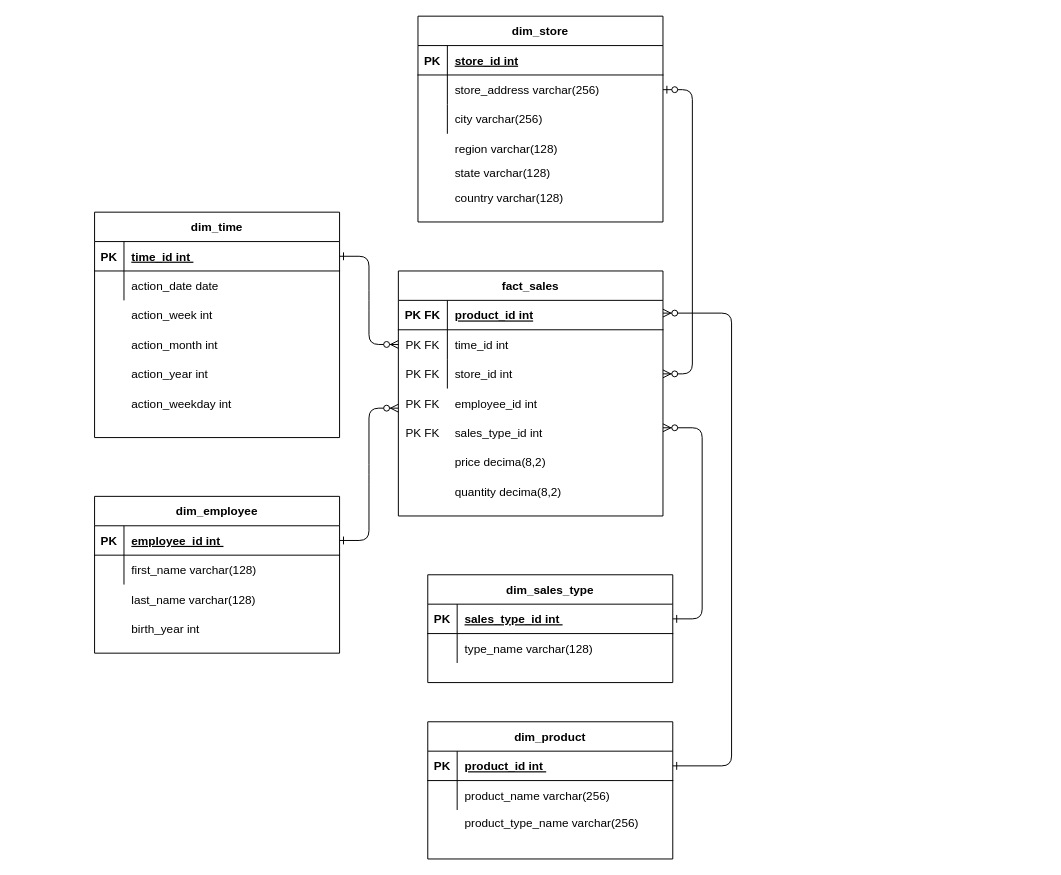
igumanof22/DatawareHouse keeps this draw.io diagram as Untitled Diagram.drawio. Above is the earlier version. Source tidied: cells renumbered, new cells numbered last; positions are measured from the earlier drawing's top-left corner, leaving out a move shared by most shapes. Both pictures are drawn from the tidied source at 98%, with x=0, y=0 at pixel (94, 16).
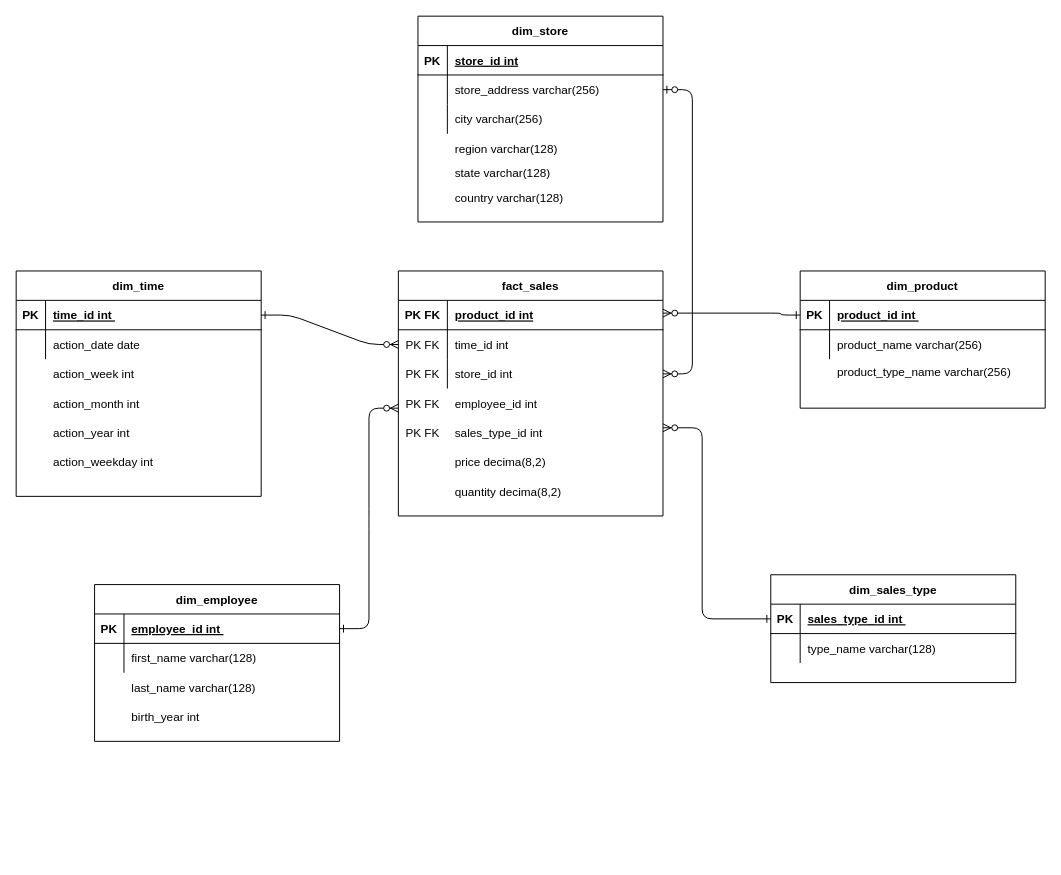
The same diagram, later.

The change refers to these unchanged cells:
```xml
<mxCell id="63" style="shape=partialRectangle;fillColor=none;points=[[0,0.5],[1,0.5]];portConstraint=eastwest;top=0;left=0;right=0;bottom=1;" parent="62" vertex="1">
  <mxGeometry y="30" width="250" height="30" as="geometry" />
</mxCell>
<mxCell id="86" style="group;" parent="72" vertex="1">
  <mxGeometry x="20" y="160" width="290" height="310" as="geometry" />
</mxCell>
<mxCell id="89" style="shape=partialRectangle;fillColor=none;points=[[0,0.5],[1,0.5]];portConstraint=eastwest;top=0;left=0;right=0;bottom=1;" parent="88" vertex="1">
  <mxGeometry y="30" width="250" height="30" as="geometry" />
</mxCell>
```

What changed in the source:
```diff
@@
     <mxCell id="8" style="group;" parent="1" vertex="1">
-      <mxGeometry y="200" width="250" height="230" as="geometry" />
+      <mxGeometry x="-80" y="260" width="250" height="230" as="geometry" />
     </mxCell>
@@
     <mxCell id="26" style="group;" parent="1" vertex="1">
-      <mxGeometry y="490" width="250" height="160" as="geometry" />
+      <mxGeometry y="580" width="250" height="160" as="geometry" />
     </mxCell>
@@
     <mxCell id="61" style="group;" parent="1" vertex="1">
-      <mxGeometry x="340" y="720" width="250" height="140" as="geometry" />
+      <mxGeometry x="720" y="260" width="250" height="140" as="geometry" />
     </mxCell>
@@
-    <mxCell id="87" style="group;" parent="86" vertex="1">
-      <mxGeometry y="150" width="250" height="160" as="geometry" />
-    </mxCell>
+    <mxCell id="95" style="edgeStyle=orthogonalEdgeStyle;fontSize=12;html=1;endArrow=ERzeroToMany;startArrow=ERone;exitX=0;exitY=0.5;exitDx=0;exitDy=0;rounded=1;startFill=0;" parent="86" edge="1" source="89">
+      <mxGeometry relative="1" as="geometry">
+        <mxPoint x="250" as="targetPoint" />
+        <Array as="points">
+          <mxPoint x="290" y="195" />
+          <mxPoint x="290" />
+        </Array>
+      </mxGeometry>
+    </mxCell>
+    <mxCell id="96" style="edgeStyle=orthogonalEdgeStyle;fontSize=12;html=1;endArrow=ERzeroToMany;startArrow=ERone;exitX=0;exitY=0.5;exitDx=0;exitDy=0;rounded=1;startFill=0;" parent="1" edge="1" source="63">
+      <mxGeometry relative="1" as="geometry">
+        <mxPoint x="580" y="303" as="targetPoint" />
+        <Array as="points">
+          <mxPoint x="700" y="305" />
+          <mxPoint x="700" y="303" />
+        </Array>
+      </mxGeometry>
+    </mxCell>
-    <mxCell id="88" value="dim_sales_type" style="shape=table;startSize=30;childLayout=tableLayout;rowLines=0;fontStyle=1;align=center;" parent="87" vertex="1">
-      <mxGeometry x="10" width="250" height="110" as="geometry" />
+    <mxCell id="88" value="dim_sales_type" style="shape=table;startSize=30;childLayout=tableLayout;rowLines=0;fontStyle=1;align=center;" parent="1" vertex="1">
+      <mxGeometry x="690" y="570" width="250" height="110" as="geometry" />
     </mxCell>
@@
-    <mxCell id="95" style="edgeStyle=orthogonalEdgeStyle;fontSize=12;html=1;endArrow=ERzeroToMany;startArrow=ERone;exitX=1;exitY=0.5;exitDx=0;exitDy=0;rounded=1;startFill=0;" parent="86" edge="1" source="89">
-      <mxGeometry relative="1" as="geometry">
-        <mxPoint x="250" as="targetPoint" />
-        <Array as="points">
-          <mxPoint x="290" y="195" />
-          <mxPoint x="290" />
-        </Array>
-      </mxGeometry>
-    </mxCell>
-    <mxCell id="96" style="edgeStyle=orthogonalEdgeStyle;fontSize=12;html=1;endArrow=ERzeroToMany;startArrow=ERone;exitX=1;exitY=0.5;exitDx=0;exitDy=0;rounded=1;startFill=0;" parent="1" edge="1" source="63">
-      <mxGeometry relative="1" as="geometry">
-        <mxPoint x="580" y="303" as="targetPoint" />
-        <Array as="points">
-          <mxPoint x="650" y="765" />
-          <mxPoint x="650" y="303" />
-        </Array>
-      </mxGeometry>
-    </mxCell>
```
